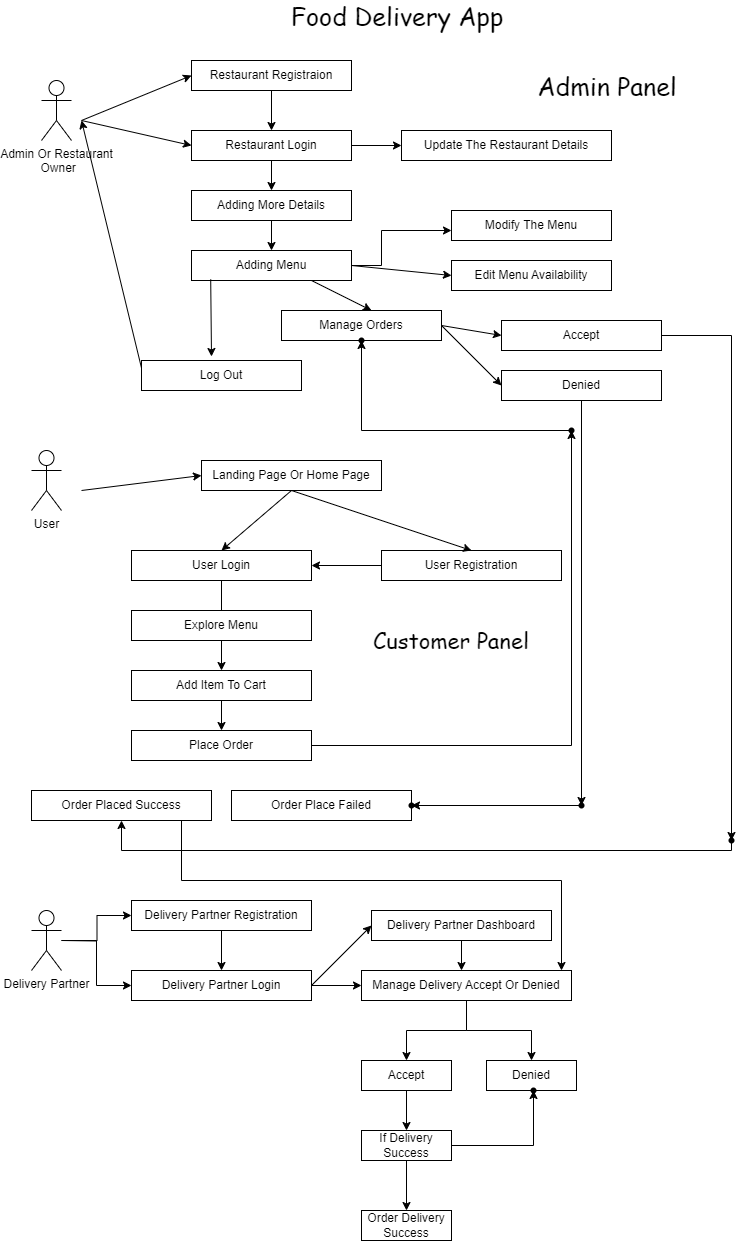
Earlier version of the draw.io export Food Delivery App.drawio.png (Vijaybabu26/FoodDeliverApp). Source tidied: cells renumbered, new cells last; positions are measured from the earlier drawing's top-left corner, leaving out a move shared by most shapes.
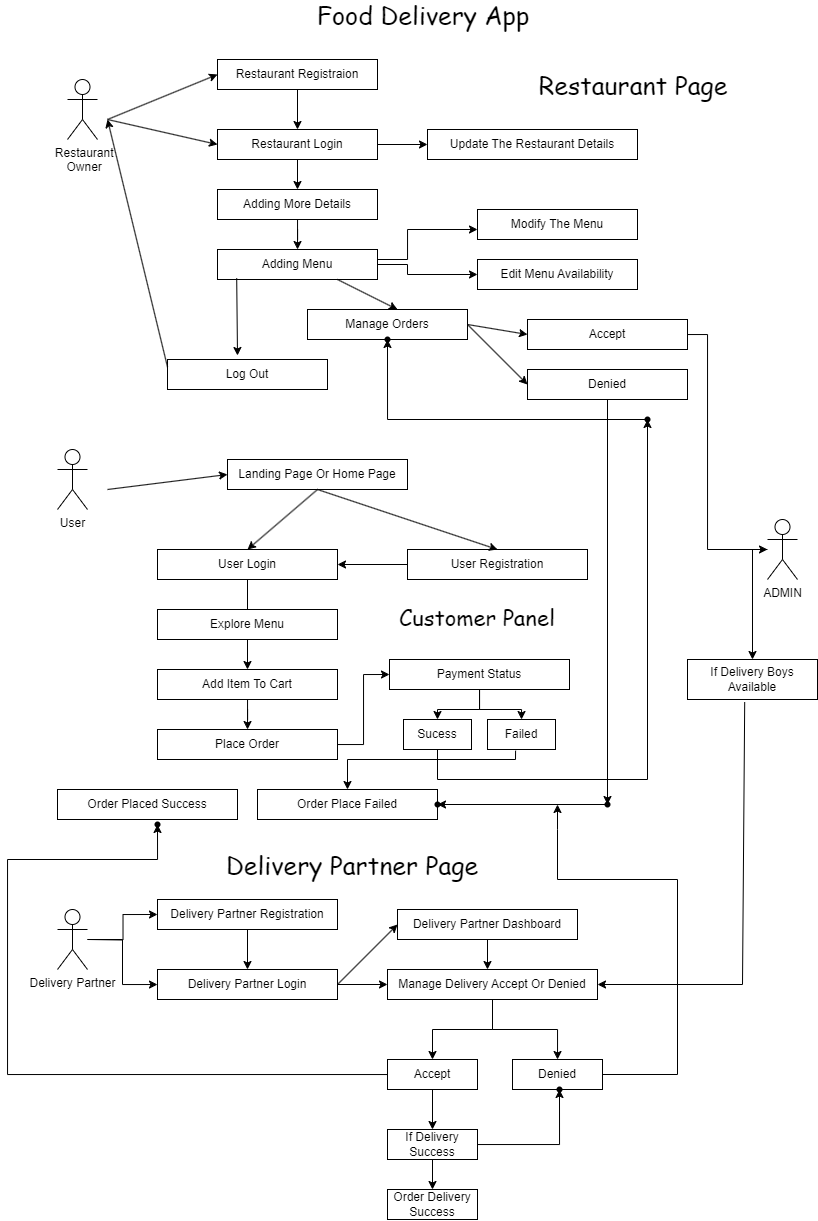
The same file after the commit.

Diff of the diagram source:
```diff
@@ -2,7 +2,7 @@
   <root>
     <mxCell id="0" />
     <mxCell id="1" parent="0" />
-    <mxCell id="2" value="Admin Or Restaurant&lt;div&gt;&amp;nbsp;Owner&lt;/div&gt;" style="shape=umlActor;verticalLabelPosition=bottom;verticalAlign=top;html=1;" parent="1" vertex="1">
+    <mxCell id="2" value="&amp;nbsp;Restaurant&lt;div&gt;&amp;nbsp;Owner&lt;/div&gt;" style="shape=umlActor;verticalLabelPosition=bottom;verticalAlign=top;html=1;" parent="1" vertex="1">
       <mxGeometry x="10" y="80" width="30" height="60" as="geometry" />
     </mxCell>
     <mxCell id="3" value="Restaurant Registraion" style="rounded=0;whiteSpace=wrap;html=1;" parent="1" vertex="1">
@@ -36,7 +36,7 @@
     <mxCell id="11" style="edgeStyle=orthogonalEdgeStyle;rounded=0;jettySize=auto;html=1;" parent="1" edge="1" source="12" target="13">
       <mxGeometry relative="1" as="geometry">
         <Array as="points">
-          <mxPoint x="350" y="265" />
+          <mxPoint x="350" y="260" />
           <mxPoint x="350" y="230" />
         </Array>
       </mxGeometry>
@@ -51,7 +51,12 @@
       <mxGeometry x="420" y="260" width="160" height="30" as="geometry" />
     </mxCell>
     <mxCell id="15" style="endArrow=classic;html=1;rounded=0;exitX=1;exitY=0.5;exitDx=0;exitDy=0;exitPerimeter=0;entryX=0;entryY=0.5;entryDx=0;entryDy=0;entryPerimeter=0;" parent="1" edge="1" source="12" target="14">
-      <mxGeometry relative="1" as="geometry" />
+      <mxGeometry relative="1" as="geometry">
+        <Array as="points">
+          <mxPoint x="350" y="265" />
+          <mxPoint x="350" y="275" />
+        </Array>
+      </mxGeometry>
     </mxCell>
     <mxCell id="16" value="Update The Restaurant Details" style="rounded=0;whiteSpace=wrap;html=1;points=[[0,0,0,0,0],[0,0.25,0,0,0],[0,0.5,0,0,0],[0,0.75,0,0,0],[0,1,0,0,0],[0.25,0,0,0,0],[0.25,1,0,0,0],[0.5,0,0,0,0],[0.5,1,0,0,0],[0.75,0,0,0,0],[0.75,1,0,0,0],[1,0,0,0,0],[1,0.25,0,0,0],[1,0.5,0,0,0],[1,0.75,0,0,0],[1,1,0,0,0]];" parent="1" vertex="1">
       <mxGeometry x="370" y="130" width="210" height="30" as="geometry" />
@@ -70,7 +75,7 @@
     <mxCell id="20" value="Food Delivery App" style="text;strokeColor=none;align=center;fillColor=none;html=1;verticalAlign=middle;whiteSpace=wrap;rounded=0;fontFamily=Comic Sans MS;fontSize=25;" parent="1" vertex="1">
       <mxGeometry x="240" width="252" height="30" as="geometry" />
     </mxCell>
-    <mxCell id="21" value="Admin Panel" style="text;strokeColor=none;align=center;fillColor=none;html=1;verticalAlign=middle;whiteSpace=wrap;rounded=0;fontFamily=Comic Sans MS;fontSize=25;" parent="1" vertex="1">
+    <mxCell id="21" value="Restaurant Page" style="text;strokeColor=none;align=center;fillColor=none;html=1;verticalAlign=middle;whiteSpace=wrap;rounded=0;fontFamily=Comic Sans MS;fontSize=25;" parent="1" vertex="1">
       <mxGeometry x="450" y="70" width="252" height="30" as="geometry" />
     </mxCell>
     <mxCell id="22" value="User" style="shape=umlActor;verticalLabelPosition=bottom;verticalAlign=top;html=1;" parent="1" vertex="1">
@@ -111,9 +116,9 @@
     <mxCell id="33" value="Add Item To Cart" style="rounded=0;whiteSpace=wrap;html=1;points=[[0,0,0,0,0],[0,0.25,0,0,0],[0,0.5,0,0,0],[0,0.75,0,0,0],[0,1,0,0,0],[0.25,0,0,0,0],[0.25,1,0,0,0],[0.5,0,0,0,0],[0.5,1,0,0,0],[0.75,0,0,0,0],[0.75,1,0,0,0],[1,0,0,0,0],[1,0.25,0,0,0],[1,0.5,0,0,0],[1,0.75,0,0,0],[1,1,0,0,0]];" parent="1" vertex="1">
       <mxGeometry x="100" y="670" width="180" height="30" as="geometry" />
     </mxCell>
-    <mxCell id="34" style="edgeStyle=orthogonalEdgeStyle;rounded=0;jettySize=auto;html=1;" parent="1" edge="1" source="35" target="42">
-      <mxGeometry relative="1" as="geometry" />
-    </mxCell>
+    <mxCell id="78" style="edgeStyle=orthogonalEdgeStyle;rounded=0;jettySize=auto;html=1;entryX=0;entryY=0.5;entryDx=0;entryDy=0;entryPerimeter=0;" parent="1" edge="1" source="35" target="88">
+      <mxGeometry relative="1" as="geometry" />
+    </mxCell>
     <mxCell id="35" value="Place Order" style="rounded=0;whiteSpace=wrap;html=1;points=[[0,0,0,0,0],[0,0.25,0,0,0],[0,0.5,0,0,0],[0,0.75,0,0,0],[0,1,0,0,0],[0.25,0,0,0,0],[0.25,1,0,0,0],[0.5,0,0,0,0],[0.5,1,0,0,0],[0.75,0,0,0,0],[0.75,1,0,0,0],[1,0,0,0,0],[1,0.25,0,0,0],[1,0.5,0,0,0],[1,0.75,0,0,0],[1,1,0,0,0]];" parent="1" vertex="1">
       <mxGeometry x="100" y="730" width="180" height="30" as="geometry" />
     </mxCell>
@@ -140,13 +145,18 @@
       <mxGeometry relative="1" as="geometry" />
     </mxCell>
     <mxCell id="42" style="shape=waypoint;sketch=0;size=6;points=[];fillColor=default;perimeter=centerPerimeter;snapToPoint=1;rounded=0;" parent="1" vertex="1">
-      <mxGeometry x="530" y="420" width="20" height="20" as="geometry" />
+      <mxGeometry x="580" y="410" width="20" height="20" as="geometry" />
     </mxCell>
     <mxCell id="43" style="shape=waypoint;sketch=0;size=6;points=[];fillColor=default;perimeter=centerPerimeter;snapToPoint=1;rounded=0;" parent="1" vertex="1">
       <mxGeometry x="320" y="330" width="20" height="20" as="geometry" />
     </mxCell>
-    <mxCell id="44" style="edgeStyle=orthogonalEdgeStyle;rounded=0;jettySize=auto;html=1;" parent="1" edge="1" source="45" target="51">
-      <mxGeometry relative="1" as="geometry" />
+    <mxCell id="44" style="edgeStyle=orthogonalEdgeStyle;rounded=0;jettySize=auto;html=1;" parent="1" edge="1" source="45" target="81">
+      <mxGeometry relative="1" as="geometry">
+        <Array as="points">
+          <mxPoint x="650" y="335" />
+          <mxPoint x="650" y="550" />
+        </Array>
+      </mxGeometry>
     </mxCell>
     <mxCell id="45" value="Accept" style="rounded=0;whiteSpace=wrap;html=1;points=[[0,0,0,0,0],[0,0.25,0,0,0],[0,0.5,0,0,0],[0,0.75,0,0,0],[0,1,0,0,0],[0.25,0,0,0,0],[0.25,1,0,0,0],[0.5,0,0,0,0],[0.5,1,0,0,0],[0.75,0,0,0,0],[0.75,1,0,0,0],[1,0,0,0,0],[1,0.25,0,0,0],[1,0.5,0,0,0],[1,0.75,0,0,0],[1,1,0,0,0]];" parent="1" vertex="1">
       <mxGeometry x="470" y="320" width="160" height="30" as="geometry" />
@@ -163,17 +173,6 @@
     <mxCell id="49" style="endArrow=classic;html=1;rounded=0;exitX=1;exitY=0.5;exitDx=0;exitDy=0;exitPerimeter=0;entryX=0;entryY=0.5;entryDx=0;entryDy=0;entryPerimeter=0;" parent="1" edge="1" source="39" target="47">
       <mxGeometry relative="1" as="geometry" />
     </mxCell>
-    <mxCell id="50" style="edgeStyle=orthogonalEdgeStyle;rounded=0;jettySize=auto;html=1;entryX=0.5;entryY=1;entryDx=0;entryDy=0;entryPerimeter=0;" parent="1" edge="1" source="51" target="36">
-      <mxGeometry relative="1" as="geometry">
-        <Array as="points">
-          <mxPoint x="700" y="850" />
-          <mxPoint x="90" y="850" />
-        </Array>
-      </mxGeometry>
-    </mxCell>
-    <mxCell id="51" style="shape=waypoint;sketch=0;size=6;points=[];fillColor=default;perimeter=centerPerimeter;snapToPoint=1;rounded=0;" parent="1" vertex="1">
-      <mxGeometry x="690" y="830" width="20" height="20" as="geometry" />
-    </mxCell>
     <mxCell id="52" style="edgeStyle=orthogonalEdgeStyle;rounded=0;jettySize=auto;html=1;" parent="1" edge="1" source="53" target="54">
       <mxGeometry relative="1" as="geometry" />
     </mxCell>
@@ -184,7 +183,7 @@
       <mxGeometry x="370" y="795" width="20" height="20" as="geometry" />
     </mxCell>
     <mxCell id="55" value="Customer Panel" style="text;strokeColor=none;align=center;fillColor=none;html=1;verticalAlign=middle;whiteSpace=wrap;rounded=0;fontFamily=Comic Sans MS;fontSize=22;" parent="1" vertex="1">
-      <mxGeometry x="330" y="610" width="180" height="60" as="geometry" />
+      <mxGeometry x="330" y="588" width="180" height="60" as="geometry" />
     </mxCell>
     <mxCell id="56" style="edgeStyle=orthogonalEdgeStyle;rounded=0;jettySize=auto;html=1;" parent="1" edge="1" source="57" target="61">
       <mxGeometry relative="1" as="geometry" />
@@ -223,16 +222,6 @@
     <mxCell id="65" style="endArrow=classic;html=1;rounded=0;entryX=0;entryY=0.5;entryDx=0;entryDy=0;entryPerimeter=0;exitX=1;exitY=0.5;exitDx=0;exitDy=0;exitPerimeter=0;" parent="1" edge="1" source="61" target="64">
       <mxGeometry relative="1" as="geometry" />
     </mxCell>
-    <mxCell id="66" style="endArrow=classic;html=1;rounded=0;" parent="1" edge="1">
-      <mxGeometry relative="1" as="geometry">
-        <mxPoint x="150" y="820" as="sourcePoint" />
-        <mxPoint x="530" y="970" as="targetPoint" />
-        <Array as="points">
-          <mxPoint x="150" y="880" />
-          <mxPoint x="530" y="880" />
-        </Array>
-      </mxGeometry>
-    </mxCell>
     <mxCell id="67" style="edgeStyle=orthogonalEdgeStyle;rounded=0;jettySize=auto;html=1;" parent="1" edge="1" source="68" target="71">
       <mxGeometry relative="1" as="geometry" />
     </mxCell>
@@ -242,6 +231,15 @@
     <mxCell id="69" style="edgeStyle=orthogonalEdgeStyle;rounded=0;jettySize=auto;html=1;" parent="1" edge="1" source="70" target="76">
       <mxGeometry relative="1" as="geometry" />
     </mxCell>
+    <mxCell id="79" style="edgeStyle=orthogonalEdgeStyle;rounded=0;jettySize=auto;html=1;" parent="1" edge="1" source="70" target="85">
+      <mxGeometry relative="1" as="geometry">
+        <Array as="points">
+          <mxPoint x="-50" y="1075" />
+          <mxPoint x="-50" y="860" />
+          <mxPoint x="100" y="860" />
+        </Array>
+      </mxGeometry>
+    </mxCell>
     <mxCell id="70" value="Accept" style="rounded=0;whiteSpace=wrap;html=1;points=[[0,0,0,0,0],[0,0.25,0,0,0],[0,0.5,0,0,0],[0,0.75,0,0,0],[0,1,0,0,0],[0.25,0,0,0,0],[0.25,1,0,0,0],[0.5,0,0,0,0],[0.5,1,0,0,0],[0.75,0,0,0,0],[0.75,1,0,0,0],[1,0,0,0,0],[1,0.25,0,0,0],[1,0.5,0,0,0],[1,0.75,0,0,0],[1,1,0,0,0]];" parent="1" vertex="1">
       <mxGeometry x="330" y="1060" width="90" height="30" as="geometry" />
     </mxCell>
@@ -252,7 +250,7 @@
       <mxGeometry relative="1" as="geometry" />
     </mxCell>
     <mxCell id="73" value="Order Delivery Success" style="rounded=0;whiteSpace=wrap;html=1;points=[[0,0,0,0,0],[0,0.25,0,0,0],[0,0.5,0,0,0],[0,0.75,0,0,0],[0,1,0,0,0],[0.25,0,0,0,0],[0.25,1,0,0,0],[0.5,0,0,0,0],[0.5,1,0,0,0],[0.75,0,0,0,0],[0.75,1,0,0,0],[1,0,0,0,0],[1,0.25,0,0,0],[1,0.5,0,0,0],[1,0.75,0,0,0],[1,1,0,0,0]];" parent="1" vertex="1">
-      <mxGeometry x="330" y="1210" width="90" height="30" as="geometry" />
+      <mxGeometry x="330" y="1190" width="90" height="30" as="geometry" />
     </mxCell>
     <mxCell id="74" style="edgeStyle=orthogonalEdgeStyle;rounded=0;jettySize=auto;html=1;" parent="1" edge="1" source="76" target="73">
       <mxGeometry relative="1" as="geometry" />
@@ -266,5 +264,79 @@
     <mxCell id="77" style="shape=waypoint;sketch=0;size=6;points=[];fillColor=default;perimeter=centerPerimeter;snapToPoint=1;rounded=0;" parent="1" vertex="1">
       <mxGeometry x="492" y="1080" width="20" height="20" as="geometry" />
     </mxCell>
+    <mxCell id="80" style="edgeStyle=orthogonalEdgeStyle;rounded=0;jettySize=auto;html=1;" parent="1" edge="1" source="81" target="82">
+      <mxGeometry relative="1" as="geometry">
+        <Array as="points">
+          <mxPoint x="695" y="550" />
+        </Array>
+      </mxGeometry>
+    </mxCell>
+    <mxCell id="81" value="ADMIN" style="shape=umlActor;verticalLabelPosition=bottom;verticalAlign=top;html=1;outlineConnect=0;" parent="1" vertex="1">
+      <mxGeometry x="710" y="520" width="30" height="60" as="geometry" />
+    </mxCell>
+    <mxCell id="82" value="If Delivery Boys Available" style="rounded=0;whiteSpace=wrap;html=1;points=[[0,0,0,0,0],[0,0.25,0,0,0],[0,0.5,0,0,0],[0,0.75,0,0,0],[0,1,0,0,0],[0.25,0,0,0,0],[0.25,1,0,0,0],[0.5,0,0,0,0],[0.5,1,0,0,0],[0.75,0,0,0,0],[0.75,1,0,0,0],[1,0,0,0,0],[1,0.25,0,0,0],[1,0.5,0,0,0],[1,0.75,0,0,0],[1,1,0,0,0]];" parent="1" vertex="1">
+      <mxGeometry x="630" y="660" width="130" height="40" as="geometry" />
+    </mxCell>
+    <mxCell id="83" style="endArrow=classic;html=1;rounded=0;exitX=0.44;exitY=1.067;exitDx=0;exitDy=0;exitPerimeter=0;" parent="1" edge="1" source="82">
+      <mxGeometry relative="1" as="geometry">
+        <mxPoint x="540" y="985" as="targetPoint" />
+        <Array as="points">
+          <mxPoint x="685" y="985" />
+        </Array>
+      </mxGeometry>
+    </mxCell>
+    <mxCell id="84" style="endArrow=classic;html=1;rounded=0;exitX=1;exitY=0.5;exitDx=0;exitDy=0;exitPerimeter=0;" parent="1" edge="1" source="71">
+      <mxGeometry relative="1" as="geometry">
+        <mxPoint x="500" y="805" as="targetPoint" />
+        <Array as="points">
+          <mxPoint x="620" y="1075" />
+          <mxPoint x="620" y="880" />
+          <mxPoint x="500" y="880" />
+          <mxPoint x="500" y="830" />
+        </Array>
+      </mxGeometry>
+    </mxCell>
+    <mxCell id="85" style="shape=waypoint;sketch=0;size=6;points=[];fillColor=default;perimeter=centerPerimeter;snapToPoint=1;rounded=0;" parent="1" vertex="1">
+      <mxGeometry x="90" y="815" width="20" height="20" as="geometry" />
+    </mxCell>
+    <mxCell id="86" style="edgeStyle=orthogonalEdgeStyle;rounded=0;jettySize=auto;html=1;" parent="1" edge="1" source="88" target="90">
+      <mxGeometry relative="1" as="geometry" />
+    </mxCell>
+    <mxCell id="87" style="edgeStyle=orthogonalEdgeStyle;rounded=0;jettySize=auto;html=1;entryX=0.5;entryY=0;entryDx=0;entryDy=0;entryPerimeter=0;" parent="1" edge="1" source="88" target="89">
+      <mxGeometry relative="1" as="geometry">
+        <Array as="points">
+          <mxPoint x="422" y="710" />
+          <mxPoint x="380" y="710" />
+        </Array>
+      </mxGeometry>
+    </mxCell>
+    <mxCell id="88" value="Payment Status" style="rounded=0;whiteSpace=wrap;html=1;points=[[0,0,0,0,0],[0,0.25,0,0,0],[0,0.5,0,0,0],[0,0.75,0,0,0],[0,1,0,0,0],[0.25,0,0,0,0],[0.25,1,0,0,0],[0.5,0,0,0,0],[0.5,1,0,0,0],[0.75,0,0,0,0],[0.75,1,0,0,0],[1,0,0,0,0],[1,0.25,0,0,0],[1,0.5,0,0,0],[1,0.75,0,0,0],[1,1,0,0,0]];" parent="1" vertex="1">
+      <mxGeometry x="332" y="660" width="180" height="30" as="geometry" />
+    </mxCell>
+    <mxCell id="89" value="Sucess" style="rounded=0;whiteSpace=wrap;html=1;points=[[0,0,0,0,0],[0,0.25,0,0,0],[0,0.5,0,0,0],[0,0.75,0,0,0],[0,1,0,0,0],[0.25,0,0,0,0],[0.25,1,0,0,0],[0.5,0,0,0,0],[0.5,1,0,0,0],[0.75,0,0,0,0],[0.75,1,0,0,0],[1,0,0,0,0],[1,0.25,0,0,0],[1,0.5,0,0,0],[1,0.75,0,0,0],[1,1,0,0,0]];" parent="1" vertex="1">
+      <mxGeometry x="346" y="720" width="68" height="30" as="geometry" />
+    </mxCell>
+    <mxCell id="90" value="Failed" style="rounded=0;whiteSpace=wrap;html=1;points=[[0,0,0,0,0],[0,0.25,0,0,0],[0,0.5,0,0,0],[0,0.75,0,0,0],[0,1,0,0,0],[0.25,0,0,0,0],[0.25,1,0,0,0],[0.5,0,0,0,0],[0.5,1,0,0,0],[0.75,0,0,0,0],[0.75,1,0,0,0],[1,0,0,0,0],[1,0.25,0,0,0],[1,0.5,0,0,0],[1,0.75,0,0,0],[1,1,0,0,0]];" parent="1" vertex="1">
+      <mxGeometry x="430" y="720" width="68" height="30" as="geometry" />
+    </mxCell>
+    <mxCell id="91" style="endArrow=classic;html=1;rounded=0;exitX=0.413;exitY=1.039;exitDx=0;exitDy=0;exitPerimeter=0;entryX=0.5;entryY=0;entryDx=0;entryDy=0;entryPerimeter=0;" parent="1" edge="1" source="90" target="37">
+      <mxGeometry relative="1" as="geometry">
+        <Array as="points">
+          <mxPoint x="458" y="760" />
+          <mxPoint x="290" y="760" />
+        </Array>
+      </mxGeometry>
+    </mxCell>
+    <mxCell id="92" style="endArrow=classic;html=1;rounded=0;entryX=0.534;entryY=0.847;entryDx=0;entryDy=0;entryPerimeter=0;exitX=0.5;exitY=1;exitDx=0;exitDy=0;exitPerimeter=0;" parent="1" edge="1" source="89" target="42">
+      <mxGeometry relative="1" as="geometry">
+        <Array as="points">
+          <mxPoint x="380" y="780" />
+          <mxPoint x="590" y="780" />
+        </Array>
+      </mxGeometry>
+    </mxCell>
+    <mxCell id="93" value="Delivery Partner Page" style="text;strokeColor=none;align=center;fillColor=none;html=1;verticalAlign=middle;whiteSpace=wrap;rounded=0;fontFamily=Comic Sans MS;fontSize=25;" parent="1" vertex="1">
+      <mxGeometry x="150" y="850" width="290" height="30" as="geometry" />
+    </mxCell>
   </root>
 </mxGraphModel>
```
